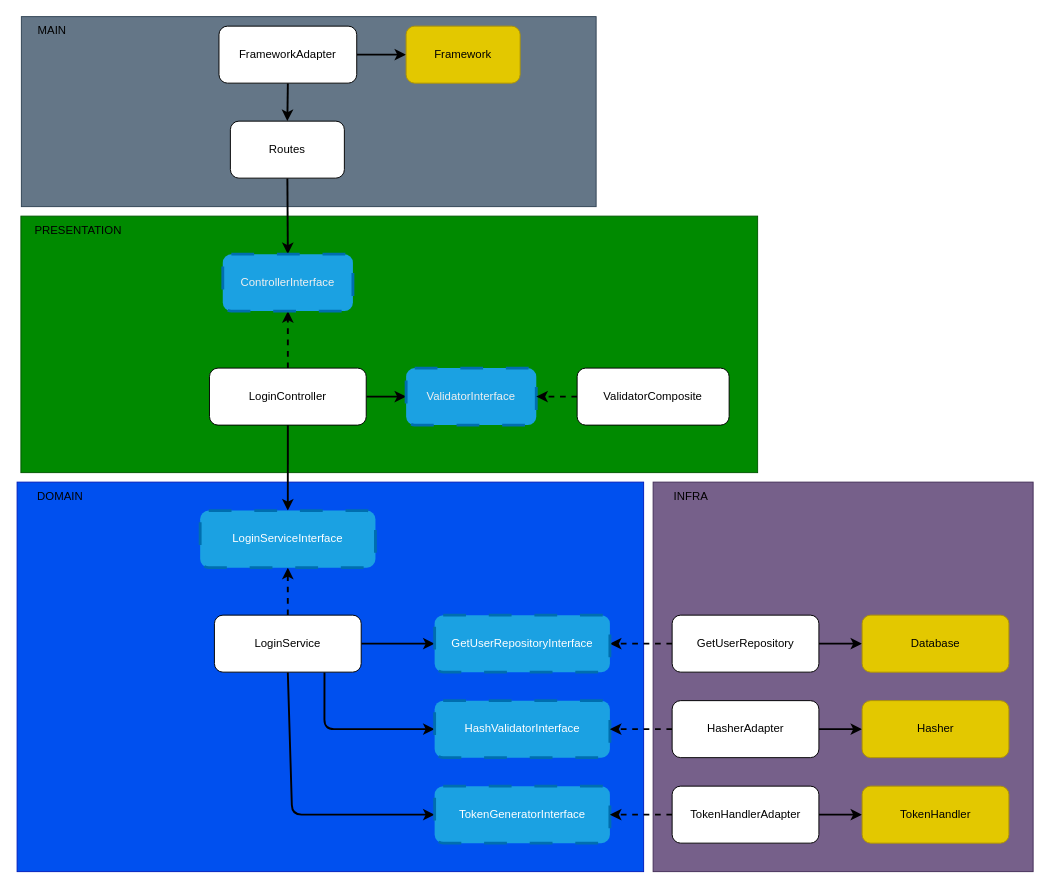
The draw.io diagram diagrams/login.drawio in DouglasVolcato/node-tdd-clean-architecture, before the edit. Source tidied: cells renumbered, new cells numbered last; positions are measured from the earlier drawing's top-left corner, leaving out a move shared by most shapes. Both pictures are drawn from the tidied source at 95%, with x=0, y=0 at pixel (16, 16).
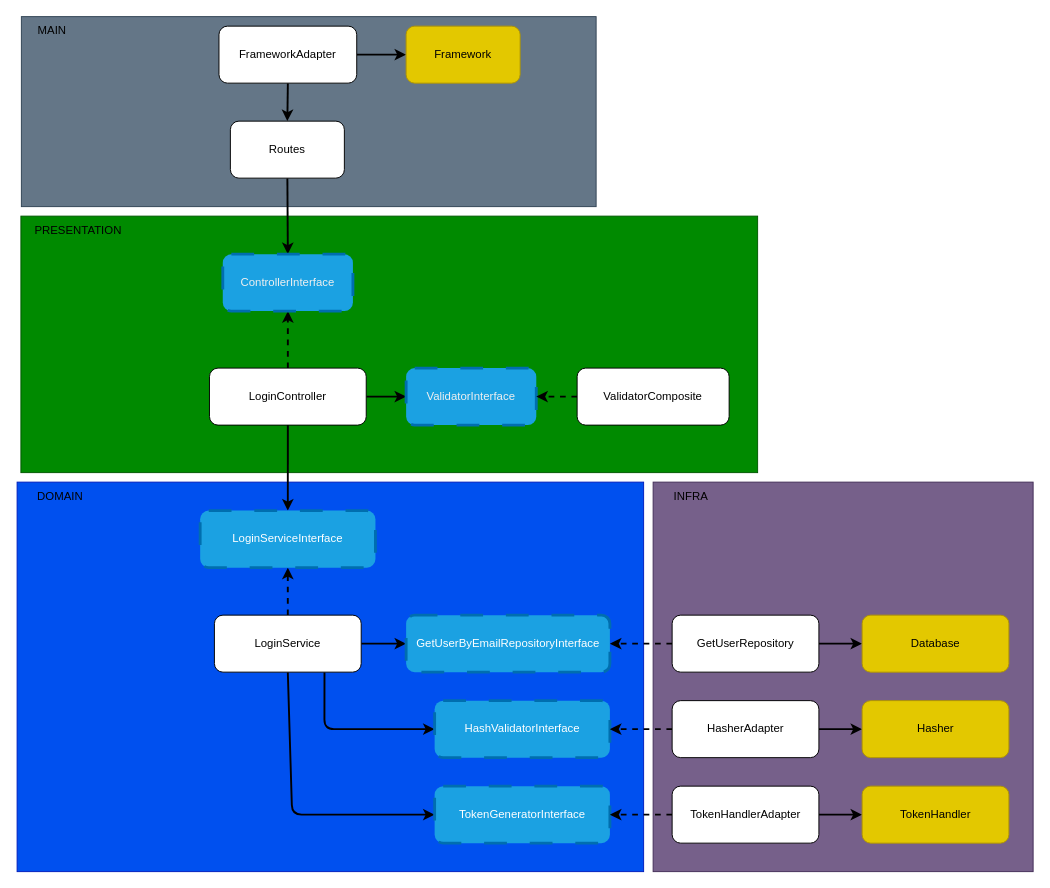
The same page after the edit.

Change to the diagram source:
```diff
@@
-    <mxCell id="28" value="GetUserRepositoryInterface" style="rounded=1;whiteSpace=wrap;html=1;dashed=1;dashPattern=8 8;strokeWidth=3;fillColor=#1ba1e2;fontColor=#ffffff;strokeColor=#006EAF;" parent="1" vertex="1">
-      <mxGeometry x="440" y="630" width="184.5" height="60" as="geometry" />
+    <mxCell id="28" value="GetUserByEmailRepositoryInterface" style="rounded=1;whiteSpace=wrap;html=1;dashed=1;dashPattern=8 8;strokeWidth=3;fillColor=#1ba1e2;fontColor=#ffffff;strokeColor=#006EAF;" parent="1" vertex="1">
+      <mxGeometry x="410" y="630" width="214.5" height="60" as="geometry" />
     </mxCell>
```
